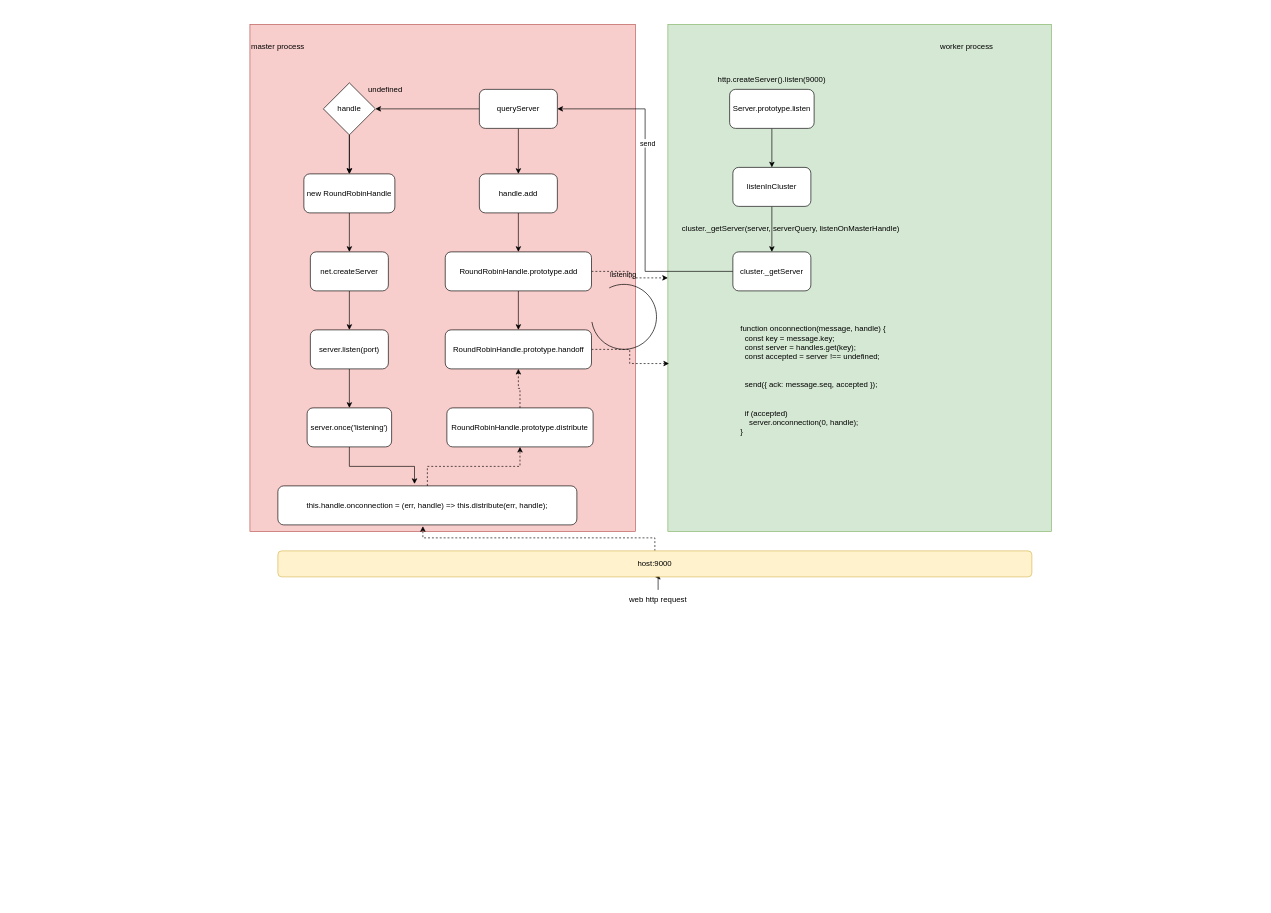
This is http.createServer in cluster.drawio from sfyr111/draw, a draw.io file, before an edit. Source tidied: cells renumbered, new cells numbered last; positions are measured from the earlier drawing's top-left corner, leaving out a move shared by most shapes. Both pictures are drawn from the tidied source at 65%, with x=0, y=0 at pixel (239, 24).
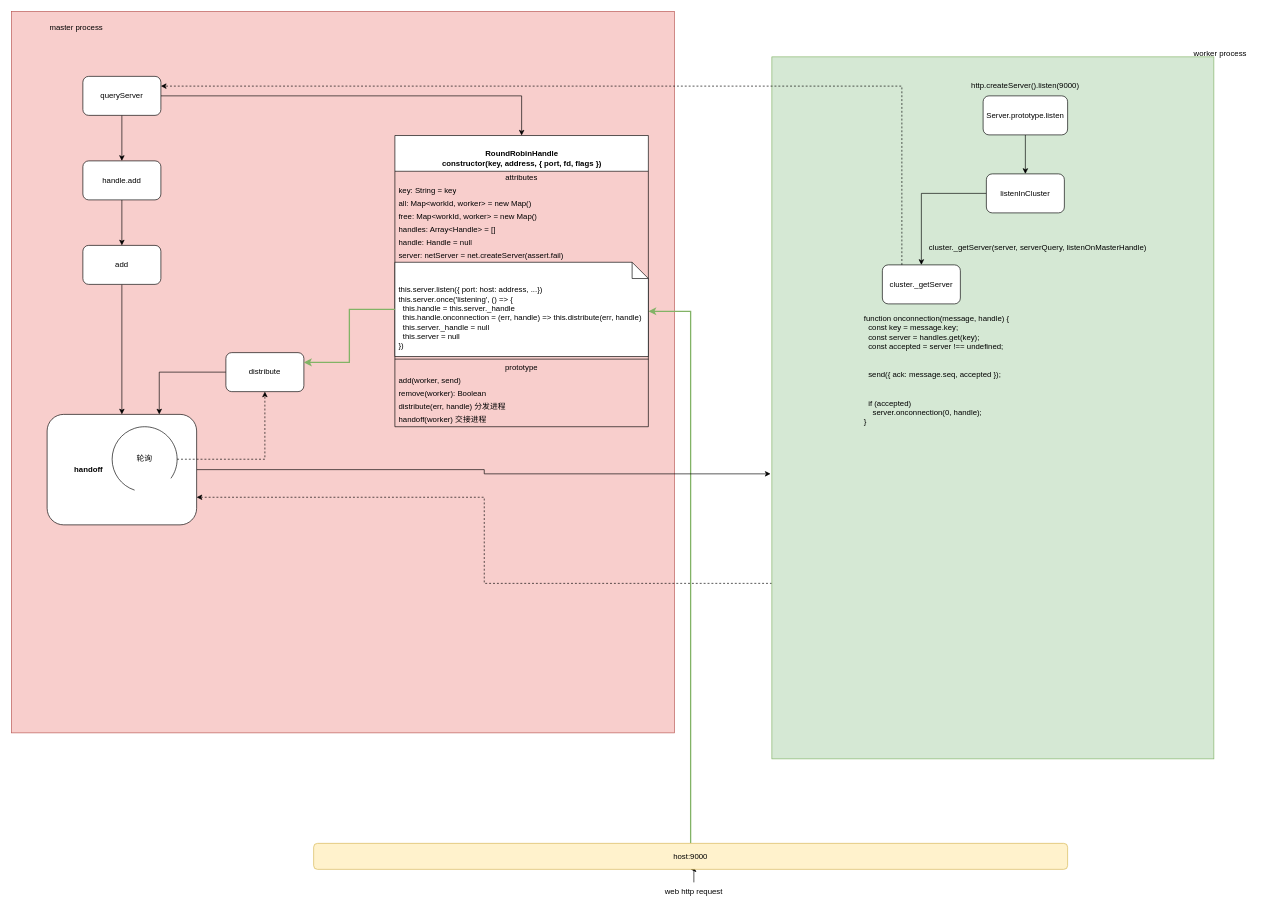
Above is the later version.

Diff of the diagram source:
```diff
@@
     <mxCell id="2" style="rounded=0;whiteSpace=wrap;html=1;labelBackgroundColor=none;fillColor=#f8cecc;strokeColor=#b85450;" parent="1" vertex="1">
-      <mxGeometry x="17" width="593" height="780" as="geometry" />
+      <mxGeometry x="-350" y="-20" width="1020" height="1110" as="geometry" />
     </mxCell>
+    <mxCell id="48" style="edgeStyle=orthogonalEdgeStyle;rounded=0;jettySize=auto;html=1;exitX=0;exitY=0.75;exitDx=0;exitDy=0;entryX=1;entryY=0.75;entryDx=0;entryDy=0;elbow=vertical;dashed=1;" parent="1" edge="1" source="3" target="70">
+      <mxGeometry relative="1" as="geometry" />
+    </mxCell>
     <mxCell id="3" style="rounded=0;whiteSpace=wrap;html=1;labelBackgroundColor=none;fillColor=#d5e8d4;strokeColor=#82b366;" parent="1" vertex="1">
-      <mxGeometry x="660" width="590" height="780" as="geometry" />
+      <mxGeometry x="820" y="50" width="680" height="1080" as="geometry" />
     </mxCell>
@@
     <mxCell id="5" value="&lt;span&gt;Server.prototype.listen&lt;/span&gt;" style="rounded=1;whiteSpace=wrap;html=1;" parent="1" vertex="1">
-      <mxGeometry x="755" y="100" width="130" height="60" as="geometry" />
+      <mxGeometry x="1145" y="110" width="130" height="60" as="geometry" />
     </mxCell>
     <mxCell id="6" value="http.createServer().listen(9000)" style="text;html=1;strokeColor=none;fillColor=none;align=center;verticalAlign=middle;whiteSpace=wrap;rounded=0;" parent="1" vertex="1">
-      <mxGeometry x="720" y="70" width="200" height="30" as="geometry" />
+      <mxGeometry x="1110" y="80" width="200" height="30" as="geometry" />
     </mxCell>
@@
     <mxCell id="8" value="listenInCluster" style="rounded=1;whiteSpace=wrap;html=1;" parent="1" vertex="1">
-      <mxGeometry x="760" y="220" width="120" height="60" as="geometry" />
+      <mxGeometry x="1150" y="230" width="120" height="60" as="geometry" />
     </mxCell>
-    <mxCell id="9" style="edgeStyle=orthogonalEdgeStyle;rounded=0;jettySize=auto;html=1;entryX=1;entryY=0.5;entryDx=0;entryDy=0;fontColor=none;" parent="1" edge="1" source="11" target="16">
+    <mxCell id="9" style="edgeStyle=orthogonalEdgeStyle;rounded=0;jettySize=auto;html=1;exitX=0.25;exitY=0;exitDx=0;exitDy=0;entryX=1;entryY=0.25;entryDx=0;entryDy=0;elbow=vertical;dashed=1;" parent="1" edge="1" source="11" target="16">
       <mxGeometry relative="1" as="geometry" />
     </mxCell>
-    <mxCell id="10" value="send" style="edgeLabel;html=1;align=center;verticalAlign=middle;fontColor=none;" parent="9" vertex="1">
-      <mxGeometry x="0.28" y="-3" relative="1" as="geometry" />
-    </mxCell>
     <mxCell id="11" value="cluster._getServer" style="rounded=1;whiteSpace=wrap;html=1;" parent="1" vertex="1">
-      <mxGeometry x="760" y="350" width="120" height="60" as="geometry" />
+      <mxGeometry x="990" y="370" width="120" height="60" as="geometry" />
     </mxCell>
     <mxCell id="12" value="cluster._getServer(server, serverQuery, listenOnMasterHandle)" style="text;whiteSpace=wrap;html=1;" parent="1" vertex="1">
-      <mxGeometry x="680" y="300" width="360" height="30" as="geometry" />
+      <mxGeometry x="1060" y="330" width="360" height="30" as="geometry" />
     </mxCell>
     <mxCell id="13" value="worker process" style="text;html=1;strokeColor=none;fillColor=none;align=center;verticalAlign=middle;whiteSpace=wrap;rounded=0;labelBackgroundColor=none;fontColor=none;" parent="1" vertex="1">
-      <mxGeometry x="1060" y="20" width="120" height="30" as="geometry" />
+      <mxGeometry x="1450" y="30" width="120" height="30" as="geometry" />
     </mxCell>
-    <mxCell id="14" style="edgeStyle=orthogonalEdgeStyle;rounded=0;jettySize=auto;html=1;labelBackgroundColor=none;fontColor=none;" parent="1" edge="1" source="16" target="22">
-      <mxGeometry relative="1" as="geometry" />
-    </mxCell>
@@
+    <mxCell id="49" style="edgeStyle=orthogonalEdgeStyle;rounded=0;jettySize=auto;html=1;elbow=vertical;" parent="1" edge="1" source="16" target="52">
+      <mxGeometry relative="1" as="geometry" />
+    </mxCell>
     <mxCell id="16" value="queryServer" style="rounded=1;whiteSpace=wrap;html=1;labelBackgroundColor=none;fontColor=none;" parent="1" vertex="1">
-      <mxGeometry x="370" y="100" width="120" height="60" as="geometry" />
+      <mxGeometry x="-240" y="80" width="120" height="60" as="geometry" />
     </mxCell>
     <mxCell id="17" value="master process" style="text;html=1;strokeColor=none;fillColor=none;align=center;verticalAlign=middle;whiteSpace=wrap;rounded=0;labelBackgroundColor=none;fontColor=none;" parent="1" vertex="1">
-      <mxGeometry y="20" width="120" height="30" as="geometry" />
+      <mxGeometry x="-310" y="-10" width="120" height="30" as="geometry" />
     </mxCell>
-    <mxCell id="18" style="edgeStyle=orthogonalEdgeStyle;rounded=0;jettySize=auto;html=1;dashed=1;labelBackgroundColor=none;fontColor=none;" parent="1" edge="1" source="19" target="39">
-      <mxGeometry relative="1" as="geometry" />
-    </mxCell>
-    <mxCell id="19" value="RoundRobinHandle.prototype.distribute" style="rounded=1;whiteSpace=wrap;html=1;" parent="1" vertex="1">
-      <mxGeometry x="320" y="590" width="225" height="60" as="geometry" />
-    </mxCell>
-    <mxCell id="20" style="edgeStyle=orthogonalEdgeStyle;rounded=0;jettySize=auto;html=1;entryX=0.5;entryY=0;entryDx=0;entryDy=0;labelBackgroundColor=none;fontColor=none;" parent="1" edge="1" source="22" target="24">
-      <mxGeometry relative="1" as="geometry" />
-    </mxCell>
-    <mxCell id="21" style="edgeStyle=orthogonalEdgeStyle;rounded=0;jettySize=auto;html=1;labelBackgroundColor=none;fontColor=none;" parent="1" edge="1" source="22" target="24">
-      <mxGeometry relative="1" as="geometry" />
-    </mxCell>
-    <mxCell id="22" value="handle" style="rhombus;whiteSpace=wrap;html=1;labelBackgroundColor=none;fontColor=none;" parent="1" vertex="1">
-      <mxGeometry x="130" y="90" width="80" height="80" as="geometry" />
-    </mxCell>
-    <mxCell id="23" style="edgeStyle=orthogonalEdgeStyle;rounded=0;jettySize=auto;html=1;entryX=0.5;entryY=0;entryDx=0;entryDy=0;fontColor=none;" parent="1" edge="1" source="24" target="26">
-      <mxGeometry relative="1" as="geometry" />
-    </mxCell>
-    <mxCell id="24" value="new RoundRobinHandle" style="rounded=1;whiteSpace=wrap;html=1;labelBackgroundColor=#FFFFFF;fontColor=#000000;" parent="1" vertex="1">
-      <mxGeometry x="100" y="230" width="140" height="60" as="geometry" />
-    </mxCell>
-    <mxCell id="25" style="edgeStyle=orthogonalEdgeStyle;rounded=0;jettySize=auto;html=1;fontColor=none;" parent="1" edge="1" source="26" target="28">
-      <mxGeometry relative="1" as="geometry" />
-    </mxCell>
-    <mxCell id="26" value="net.createServer" style="rounded=1;whiteSpace=wrap;html=1;labelBackgroundColor=none;fontColor=none;" parent="1" vertex="1">
-      <mxGeometry x="110" y="350" width="120" height="60" as="geometry" />
-    </mxCell>
-    <mxCell id="27" style="edgeStyle=orthogonalEdgeStyle;rounded=0;jettySize=auto;html=1;fontColor=none;" parent="1" edge="1" source="28" target="30">
-      <mxGeometry relative="1" as="geometry" />
-    </mxCell>
-    <mxCell id="28" value="server.listen(port)" style="rounded=1;whiteSpace=wrap;html=1;labelBackgroundColor=none;fontColor=none;" parent="1" vertex="1">
-      <mxGeometry x="110" y="470" width="120" height="60" as="geometry" />
-    </mxCell>
-    <mxCell id="29" style="edgeStyle=orthogonalEdgeStyle;rounded=0;jettySize=auto;html=1;entryX=0.457;entryY=-0.05;entryDx=0;entryDy=0;entryPerimeter=0;labelBackgroundColor=none;fontColor=none;" parent="1" edge="1" source="30" target="45">
-      <mxGeometry relative="1" as="geometry" />
-    </mxCell>
-    <mxCell id="30" value="server.once('listening')" style="rounded=1;whiteSpace=wrap;html=1;labelBackgroundColor=none;fontColor=none;" parent="1" vertex="1">
-      <mxGeometry x="105" y="590" width="130" height="60" as="geometry" />
-    </mxCell>
-    <mxCell id="31" value="undefined" style="text;html=1;align=center;verticalAlign=middle;strokeColor=none;fillColor=none;fontColor=none;" parent="1" vertex="1">
-      <mxGeometry x="190" y="90" width="70" height="20" as="geometry" />
-    </mxCell>
-    <mxCell id="32" style="edgeStyle=orthogonalEdgeStyle;rounded=0;jettySize=auto;html=1;labelBackgroundColor=none;fontColor=none;" parent="1" edge="1" source="33" target="37">
-      <mxGeometry relative="1" as="geometry" />
-    </mxCell>
+    <mxCell id="50" style="edgeStyle=orthogonalEdgeStyle;rounded=0;jettySize=auto;html=1;elbow=vertical;" parent="1" edge="1" source="33" target="68">
+      <mxGeometry relative="1" as="geometry" />
+    </mxCell>
     <mxCell id="33" value="handle.add" style="rounded=1;whiteSpace=wrap;html=1;labelBackgroundColor=none;fontColor=none;" parent="1" vertex="1">
-      <mxGeometry x="370" y="230" width="120" height="60" as="geometry" />
+      <mxGeometry x="-240" y="210" width="120" height="60" as="geometry" />
     </mxCell>
-    <mxCell id="34" style="edgeStyle=orthogonalEdgeStyle;rounded=0;jettySize=auto;html=1;entryX=0.5;entryY=0;entryDx=0;entryDy=0;labelBackgroundColor=none;fontColor=none;" parent="1" edge="1" source="37" target="39">
-      <mxGeometry relative="1" as="geometry" />
-    </mxCell>
-    <mxCell id="35" style="edgeStyle=orthogonalEdgeStyle;rounded=0;jettySize=auto;html=1;dashed=1;labelBackgroundColor=none;fontColor=none;" parent="1" edge="1" source="37" target="3">
-      <mxGeometry relative="1" as="geometry" />
-    </mxCell>
-    <mxCell id="36" value="listening" style="edgeLabel;html=1;align=center;verticalAlign=middle;fontColor=none;labelBackgroundColor=none;" parent="35" vertex="1">
-      <mxGeometry x="-0.25" y="-4" relative="1" as="geometry" />
-    </mxCell>
-    <mxCell id="37" value="RoundRobinHandle.prototype.add" style="rounded=1;whiteSpace=wrap;html=1;" parent="1" vertex="1">
-      <mxGeometry x="317.5" y="350" width="225" height="60" as="geometry" />
-    </mxCell>
-    <mxCell id="38" style="edgeStyle=orthogonalEdgeStyle;rounded=0;jettySize=auto;html=1;entryX=0.003;entryY=0.669;entryDx=0;entryDy=0;entryPerimeter=0;dashed=1;labelBackgroundColor=none;fontColor=none;" parent="1" edge="1" source="39" target="3">
-      <mxGeometry relative="1" as="geometry" />
-    </mxCell>
-    <mxCell id="39" value="RoundRobinHandle.prototype.handoff" style="rounded=1;whiteSpace=wrap;html=1;" parent="1" vertex="1">
-      <mxGeometry x="317.5" y="470" width="225" height="60" as="geometry" />
-    </mxCell>
@@
     <mxCell id="41" value="web http request" style="text;html=1;strokeColor=none;fillColor=none;align=center;verticalAlign=middle;whiteSpace=wrap;rounded=0;labelBackgroundColor=none;fontColor=none;" parent="1" vertex="1">
-      <mxGeometry x="530" y="870" width="230" height="30" as="geometry" />
+      <mxGeometry x="585" y="1320" width="230" height="30" as="geometry" />
     </mxCell>
-    <mxCell id="42" style="edgeStyle=orthogonalEdgeStyle;rounded=0;jettySize=auto;html=1;entryX=0.485;entryY=1.033;entryDx=0;entryDy=0;entryPerimeter=0;labelBackgroundColor=none;fontColor=none;dashed=1;" parent="1" edge="1" source="43" target="45">
-      <mxGeometry relative="1" as="geometry" />
-    </mxCell>
+    <mxCell id="51" style="edgeStyle=orthogonalEdgeStyle;rounded=0;jettySize=auto;html=1;entryX=1;entryY=0.52;entryDx=0;entryDy=0;entryPerimeter=0;elbow=vertical;fillColor=#d5e8d4;strokeColor=#82b366;strokeWidth=2;" parent="1" edge="1" source="43" target="60">
+      <mxGeometry relative="1" as="geometry" />
+    </mxCell>
     <mxCell id="43" value="host:9000" style="rounded=1;whiteSpace=wrap;html=1;labelBackgroundColor=none;fillColor=#fff2cc;strokeColor=#d6b656;" parent="1" vertex="1">
-      <mxGeometry x="60" y="810" width="1160" height="40" as="geometry" />
+      <mxGeometry x="115" y="1260" width="1160" height="40" as="geometry" />
     </mxCell>
-    <mxCell id="44" style="edgeStyle=orthogonalEdgeStyle;rounded=0;jettySize=auto;html=1;labelBackgroundColor=none;fontColor=none;dashed=1;" parent="1" edge="1" source="45" target="19">
-      <mxGeometry relative="1" as="geometry" />
-    </mxCell>
-    <mxCell id="45" value="&lt;span style=&quot;text-align: left&quot;&gt;this.handle.onconnection = (err, handle) =&amp;gt; this.distribute(err, handle);&lt;/span&gt;" style="rounded=1;whiteSpace=wrap;html=1;labelBackgroundColor=none;fontColor=none;" parent="1" vertex="1">
-      <mxGeometry x="60" y="710" width="460" height="60" as="geometry" />
-    </mxCell>
-    <mxCell id="46" style="verticalLabelPosition=bottom;verticalAlign=top;html=1;shape=mxgraph.basic.arc;startAngle=0.3;endAngle=0.1;labelBackgroundColor=none;fontColor=none;rotation=-135;" parent="1" vertex="1">
-      <mxGeometry x="542.5" y="400" width="100" height="100" as="geometry" />
-    </mxCell>
     <mxCell id="47" value="function onconnection(message, handle) {&#10;  const key = message.key;&#10;  const server = handles.get(key);&#10;  const accepted = server !== undefined;&#10;&#10;&#10;  send({ ack: message.seq, accepted });&#10;&#10;&#10;  if (accepted)&#10;    server.onconnection(0, handle);&#10;}" style="text;whiteSpace=wrap;html=1;fontColor=none;" parent="1" vertex="1">
-      <mxGeometry x="770" y="455" width="250" height="180" as="geometry" />
+      <mxGeometry x="960" y="439" width="250" height="180" as="geometry" />
     </mxCell>
+    <mxCell id="52" value="&lt;br&gt;&lt;b&gt;RoundRobinHandle&lt;br&gt;&lt;/b&gt;&lt;b&gt;constructor(key, address, { port, fd, flags })&lt;br&gt;&lt;/b&gt;" style="swimlane;fontStyle=0;align=center;verticalAlign=top;horizontal=1;startSize=55;html=1;" parent="1" vertex="1">
+      <mxGeometry x="240" y="171" width="390" height="448" as="geometry" />
+    </mxCell>
+    <mxCell id="53" value="attributes" style="text;html=1;strokeColor=none;fillColor=none;align=center;verticalAlign=middle;spacingLeft=4;spacingRight=4;overflow=hidden;" parent="52" vertex="1">
+      <mxGeometry y="55" width="390" height="20" as="geometry" />
+    </mxCell>
+    <mxCell id="54" value="key: String = key" style="text;html=1;strokeColor=none;fillColor=none;align=left;verticalAlign=middle;spacingLeft=4;spacingRight=4;overflow=hidden;" parent="52" vertex="1">
+      <mxGeometry y="75" width="390" height="20" as="geometry" />
+    </mxCell>
+    <mxCell id="55" value="all: Map&amp;lt;workId, worker&amp;gt; = new Map()" style="text;html=1;strokeColor=none;fillColor=none;align=left;verticalAlign=middle;spacingLeft=4;spacingRight=4;overflow=hidden;" parent="52" vertex="1">
+      <mxGeometry y="95" width="390" height="20" as="geometry" />
+    </mxCell>
+    <mxCell id="56" value="free: Map&amp;lt;workId, worker&amp;gt; = new Map()" style="text;html=1;strokeColor=none;fillColor=none;align=left;verticalAlign=middle;spacingLeft=4;spacingRight=4;overflow=hidden;" parent="52" vertex="1">
+      <mxGeometry y="115" width="390" height="20" as="geometry" />
+    </mxCell>
+    <mxCell id="57" value="handles: Array&amp;lt;Handle&amp;gt; = []" style="text;html=1;strokeColor=none;fillColor=none;align=left;verticalAlign=middle;spacingLeft=4;spacingRight=4;overflow=hidden;" parent="52" vertex="1">
+      <mxGeometry y="135" width="390" height="20" as="geometry" />
+    </mxCell>
+    <mxCell id="58" value="handle: Handle = null" style="text;html=1;strokeColor=none;fillColor=none;align=left;verticalAlign=middle;spacingLeft=4;spacingRight=4;overflow=hidden;" parent="52" vertex="1">
+      <mxGeometry y="155" width="390" height="20" as="geometry" />
+    </mxCell>
+    <mxCell id="59" value="server: netServer = net.createServer(assert.fail)&amp;nbsp;" style="text;html=1;strokeColor=none;fillColor=none;align=left;verticalAlign=middle;spacingLeft=4;spacingRight=4;overflow=hidden;" parent="52" vertex="1">
+      <mxGeometry y="175" width="390" height="20" as="geometry" />
+    </mxCell>
+    <mxCell id="60" value="this.server.listen({ port: host: address, ...})&lt;br&gt;this.server.once('listening', () =&amp;gt; {&lt;br&gt;&amp;nbsp; this.handle = this.server._handle&lt;br&gt;&amp;nbsp; this.handle.onconnection = (err, handle) =&amp;gt; this.distribute(err, handle)&lt;br&gt;&amp;nbsp; this.server._handle = null&lt;br&gt;&amp;nbsp; this.server = null&lt;br&gt;})" style="shape=note2;boundedLbl=1;whiteSpace=wrap;html=1;size=25;verticalAlign=top;align=left;horizontal=1;labelPosition=center;verticalLabelPosition=middle;labelBorderColor=none;spacingLeft=4;spacingTop=4;" parent="52" vertex="1">
+      <mxGeometry y="195" width="390" height="145" as="geometry" />
+    </mxCell>
+    <mxCell id="61" style="line;strokeWidth=1;fillColor=none;align=left;verticalAlign=middle;spacingTop=-1;spacingLeft=3;spacingRight=3;labelPosition=right;" parent="52" vertex="1">
+      <mxGeometry y="340" width="390" height="8" as="geometry" />
+    </mxCell>
+    <mxCell id="62" value="prototype" style="text;html=1;strokeColor=none;fillColor=none;align=center;verticalAlign=middle;spacingLeft=4;spacingRight=4;overflow=hidden;" parent="52" vertex="1">
+      <mxGeometry y="348" width="390" height="20" as="geometry" />
+    </mxCell>
+    <mxCell id="63" value="add(worker, send)" style="text;html=1;strokeColor=none;fillColor=none;align=left;verticalAlign=middle;spacingLeft=4;spacingRight=4;overflow=hidden;" parent="52" vertex="1">
+      <mxGeometry y="368" width="390" height="20" as="geometry" />
+    </mxCell>
+    <mxCell id="64" value="remove(worker): Boolean" style="text;html=1;strokeColor=none;fillColor=none;align=left;verticalAlign=middle;spacingLeft=4;spacingRight=4;overflow=hidden;" parent="52" vertex="1">
+      <mxGeometry y="388" width="390" height="20" as="geometry" />
+    </mxCell>
+    <mxCell id="65" value="distribute(err, handle) 分发进程" style="text;html=1;strokeColor=none;fillColor=none;align=left;verticalAlign=middle;spacingLeft=4;spacingRight=4;overflow=hidden;" parent="52" vertex="1">
+      <mxGeometry y="408" width="390" height="20" as="geometry" />
+    </mxCell>
+    <mxCell id="66" value="handoff(worker) 交接进程" style="text;html=1;strokeColor=none;fillColor=none;align=left;verticalAlign=middle;spacingLeft=4;spacingRight=4;overflow=hidden;" parent="52" vertex="1">
+      <mxGeometry y="428" width="390" height="20" as="geometry" />
+    </mxCell>
+    <mxCell id="67" style="edgeStyle=orthogonalEdgeStyle;rounded=0;jettySize=auto;html=1;" parent="1" edge="1" source="68" target="70">
+      <mxGeometry relative="1" as="geometry" />
+    </mxCell>
+    <mxCell id="68" value="add" style="rounded=1;whiteSpace=wrap;html=1;labelBorderColor=none;" parent="1" vertex="1">
+      <mxGeometry x="-240" y="340" width="120" height="60" as="geometry" />
+    </mxCell>
+    <mxCell id="69" style="edgeStyle=orthogonalEdgeStyle;rounded=0;jettySize=auto;html=1;entryX=-0.003;entryY=0.594;entryDx=0;entryDy=0;entryPerimeter=0;elbow=vertical;" parent="1" edge="1" source="70" target="3">
+      <mxGeometry relative="1" as="geometry" />
+    </mxCell>
+    <mxCell id="70" value="&lt;blockquote style=&quot;margin: 0 0 0 40px ; border: none ; padding: 0px&quot;&gt;&lt;b&gt;handoff&lt;/b&gt;&lt;/blockquote&gt;" style="rounded=1;whiteSpace=wrap;html=1;labelBorderColor=none;align=left;" parent="1" vertex="1">
+      <mxGeometry x="-295" y="600" width="230" height="170" as="geometry" />
+    </mxCell>
+    <mxCell id="71" style="edgeStyle=orthogonalEdgeStyle;rounded=0;jettySize=auto;html=1;entryX=0.75;entryY=0;entryDx=0;entryDy=0;strokeWidth=1;elbow=vertical;" parent="1" edge="1" source="72" target="70">
+      <mxGeometry relative="1" as="geometry" />
+    </mxCell>
+    <mxCell id="72" value="distribute" style="rounded=1;whiteSpace=wrap;html=1;labelBorderColor=none;" parent="1" vertex="1">
+      <mxGeometry x="-20" y="505" width="120" height="60" as="geometry" />
+    </mxCell>
+    <mxCell id="73" style="edgeStyle=orthogonalEdgeStyle;rounded=0;jettySize=auto;html=1;dashed=1;" parent="1" edge="1" source="74" target="72">
+      <mxGeometry relative="1" as="geometry" />
+    </mxCell>
+    <mxCell id="74" style="verticalLabelPosition=bottom;verticalAlign=top;html=1;shape=mxgraph.basic.arc;startAngle=0.3;endAngle=0.1;labelBorderColor=none;direction=south;" parent="1" vertex="1">
+      <mxGeometry x="-195" y="619" width="100" height="100" as="geometry" />
+    </mxCell>
+    <mxCell id="75" value="轮询" style="text;html=1;strokeColor=none;fillColor=none;align=center;verticalAlign=middle;whiteSpace=wrap;rounded=0;labelBorderColor=none;" parent="1" vertex="1">
+      <mxGeometry x="-175" y="654" width="60" height="30" as="geometry" />
+    </mxCell>
+    <mxCell id="76" style="edgeStyle=orthogonalEdgeStyle;rounded=0;jettySize=auto;html=1;entryX=1;entryY=0.25;entryDx=0;entryDy=0;strokeWidth=2;fillColor=#d5e8d4;strokeColor=#82b366;" parent="1" edge="1" source="60" target="72">
+      <mxGeometry relative="1" as="geometry" />
+    </mxCell>
```
